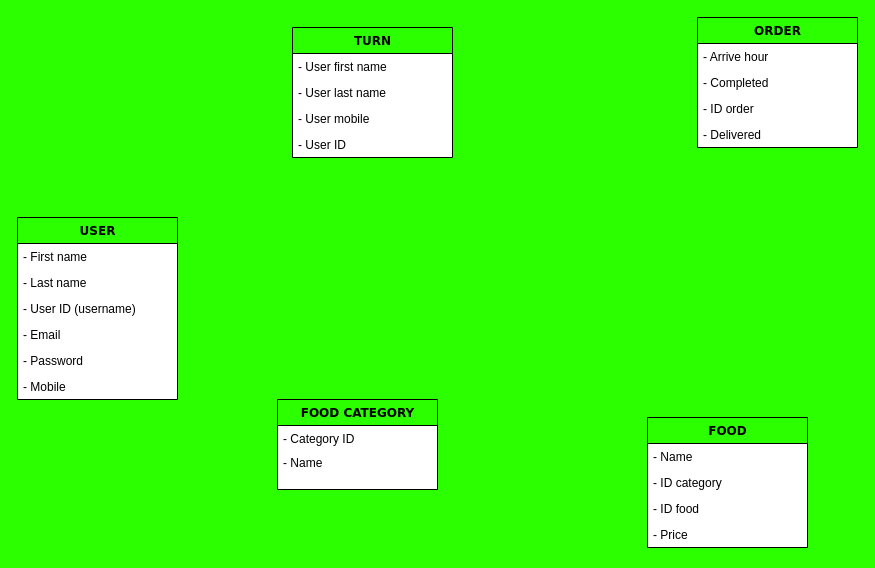
This is 名称未設定ファイル.drawio from VictorJ-Ch/Cafeteria-Menu, a draw.io file, before an edit. Source tidied: cells renumbered, new cells numbered last; positions are measured from the earlier drawing's top-left corner, leaving out a move shared by most shapes. Both pictures are drawn from the tidied source at 100%, with x=0, y=0 at pixel (17, 17).
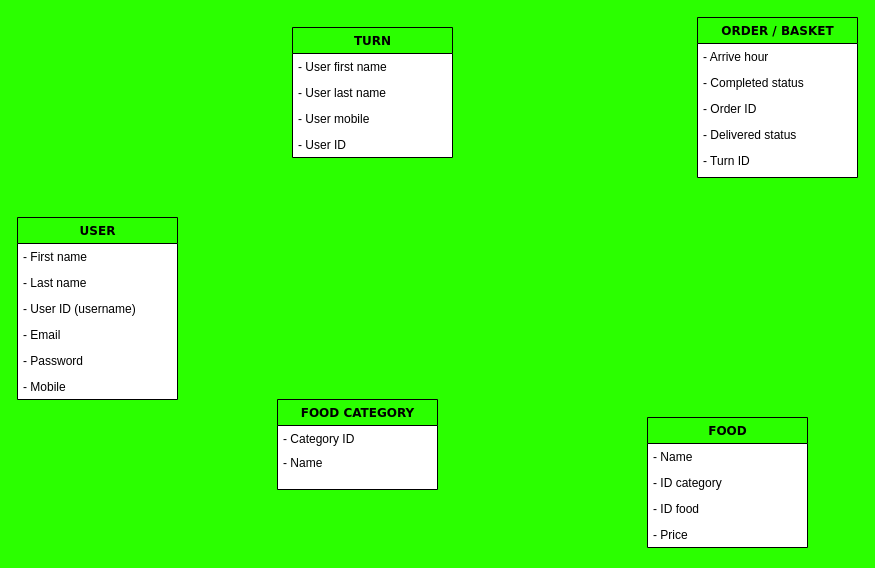
The same page after the edit.

Change to the diagram source:
```diff
@@
-    <mxCell id="7" value="ORDER" style="swimlane;html=1;fontStyle=1;align=center;verticalAlign=top;horizontal=1;startSize=26;swimlaneFillColor=#ffffff;rounded=0;shadow=0;comic=0;labelBackgroundColor=none;strokeWidth=1;fillColor=none;fontFamily=Verdana;fontSize=12;" parent="1" vertex="1">
-      <mxGeometry x="680" width="160" height="130" as="geometry" />
+    <mxCell id="7" value="ORDER / BASKET" style="swimlane;html=1;fontStyle=1;align=center;verticalAlign=top;horizontal=1;startSize=26;swimlaneFillColor=#ffffff;rounded=0;shadow=0;comic=0;labelBackgroundColor=none;strokeWidth=1;fillColor=none;fontFamily=Verdana;fontSize=12;" parent="1" vertex="1">
+      <mxGeometry x="680" width="160" height="160" as="geometry" />
     </mxCell>
@@
-    <mxCell id="9" value="- Completed" style="text;html=1;strokeColor=none;fillColor=none;align=left;verticalAlign=top;spacingLeft=4;spacingRight=4;whiteSpace=wrap;overflow=hidden;" parent="7" vertex="1">
+    <mxCell id="9" value="- Completed status" style="text;html=1;strokeColor=none;fillColor=none;align=left;verticalAlign=top;spacingLeft=4;spacingRight=4;whiteSpace=wrap;overflow=hidden;" parent="7" vertex="1">
       <mxGeometry y="52" width="160" height="26" as="geometry" />
     </mxCell>
-    <mxCell id="10" value="- ID order" style="text;html=1;strokeColor=none;fillColor=none;align=left;verticalAlign=top;spacingLeft=4;spacingRight=4;whiteSpace=wrap;overflow=hidden;" parent="7" vertex="1">
+    <mxCell id="10" value="- Order ID" style="text;html=1;strokeColor=none;fillColor=none;align=left;verticalAlign=top;spacingLeft=4;spacingRight=4;whiteSpace=wrap;overflow=hidden;" parent="7" vertex="1">
       <mxGeometry y="78" width="160" height="26" as="geometry" />
     </mxCell>
-    <mxCell id="11" value="- Delivered" style="text;html=1;strokeColor=none;fillColor=none;align=left;verticalAlign=top;spacingLeft=4;spacingRight=4;whiteSpace=wrap;overflow=hidden;" parent="7" vertex="1">
+    <mxCell id="11" value="- Delivered status" style="text;html=1;strokeColor=none;fillColor=none;align=left;verticalAlign=top;spacingLeft=4;spacingRight=4;whiteSpace=wrap;overflow=hidden;" parent="7" vertex="1">
       <mxGeometry y="104" width="160" height="26" as="geometry" />
     </mxCell>
+    <mxCell id="27" value="- Turn ID" style="text;html=1;strokeColor=none;fillColor=none;align=left;verticalAlign=top;spacingLeft=4;spacingRight=4;whiteSpace=wrap;overflow=hidden;" parent="7" vertex="1">
+      <mxGeometry y="130" width="160" height="26" as="geometry" />
+    </mxCell>
```
